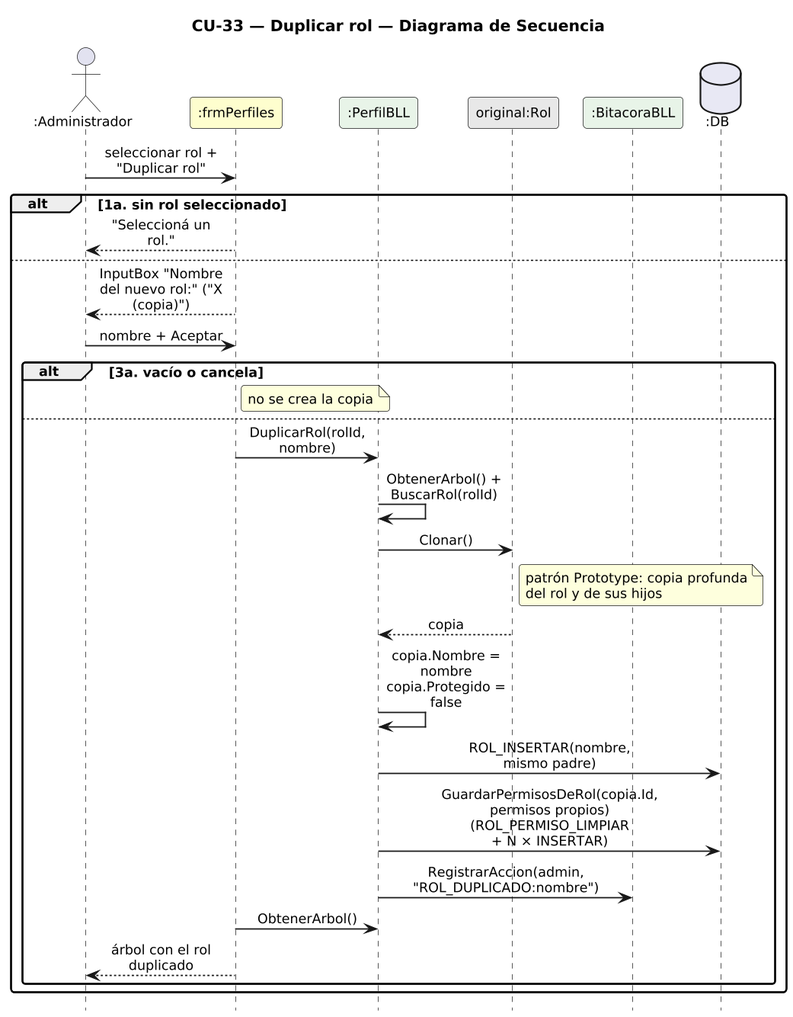
Above: DIAGRAMAS/DiagramaSecuencia_CU33_DuplicarRol.png in Urrels/ingenieria_software (PlantUML), before the change.
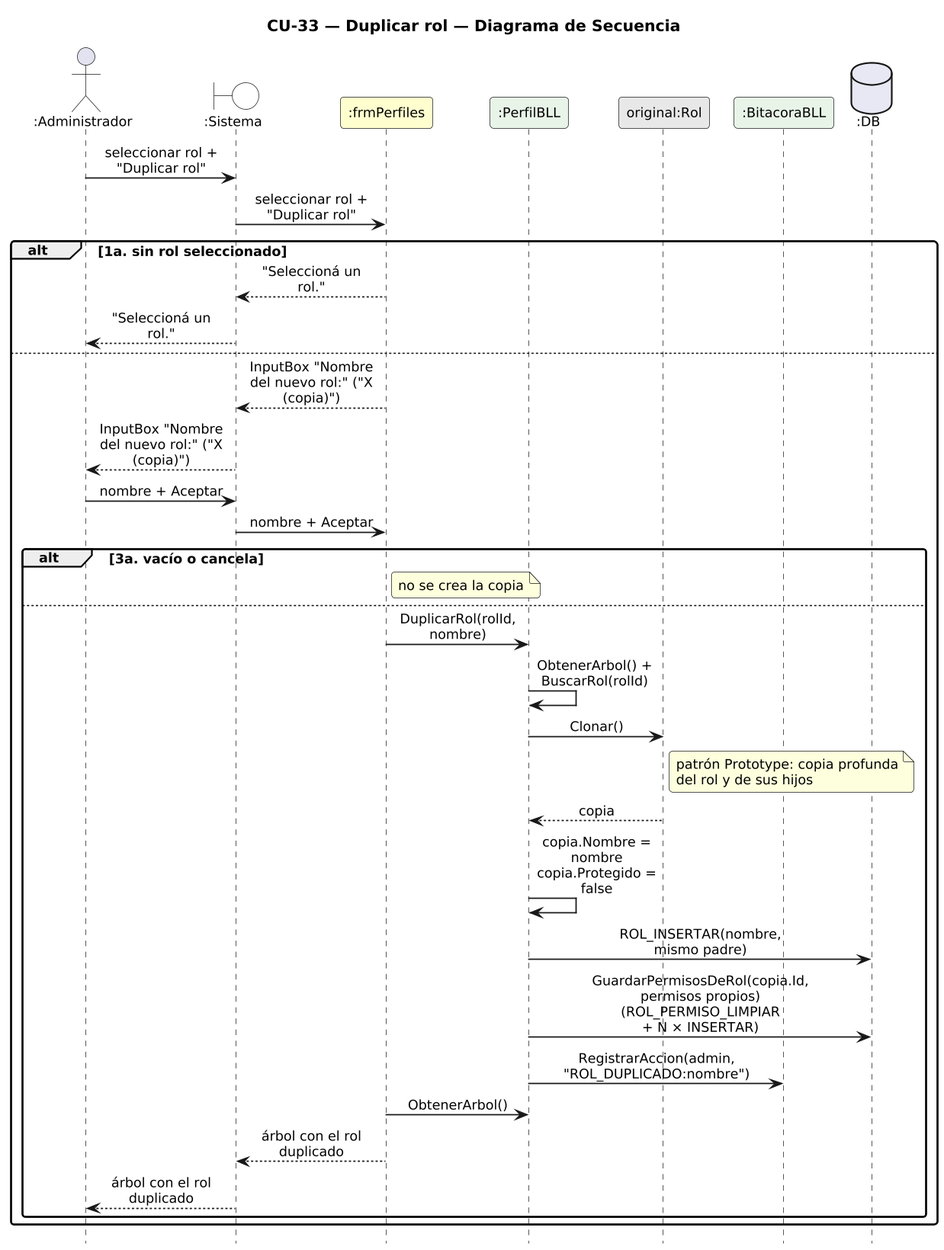
After the commit.

What changed in the source:
```diff
@@ -14,18 +14,23 @@
 hide footbox
 
 actor ":Administrador" as A
+boundary ":Sistema" as SYS #FFFFFF
 participant ":frmPerfiles" as F #FEFECE
 participant ":PerfilBLL" as PB #E8F4E8
 participant "original:Rol" as R #E8E8E8
 participant ":BitacoraBLL" as BB #E8F4E8
 database ":DB" as DB #E8E8F4
 
-A -> F : seleccionar rol + "Duplicar rol"
+A -> SYS : seleccionar rol + "Duplicar rol"
+SYS -> F : seleccionar rol + "Duplicar rol"
 alt 1a. sin rol seleccionado
-  F --> A : "Seleccioná un rol."
+  F --> SYS : "Seleccioná un rol."
+  SYS --> A : "Seleccioná un rol."
 else
-  F --> A : InputBox "Nombre del nuevo rol:" ("X (copia)")
-  A -> F : nombre + Aceptar
+  F --> SYS : InputBox "Nombre del nuevo rol:" ("X (copia)")
+  SYS --> A : InputBox "Nombre del nuevo rol:" ("X (copia)")
+  A -> SYS : nombre + Aceptar
+  SYS -> F : nombre + Aceptar
   alt 3a. vacío o cancela
     note right of F : no se crea la copia
   else
@@ -39,7 +44,8 @@
     PB -> DB : GuardarPermisosDeRol(copia.Id, permisos propios)\n(ROL_PERMISO_LIMPIAR + N × INSERTAR)
     PB -> BB : RegistrarAccion(admin, "ROL_DUPLICADO:nombre")
     F -> PB : ObtenerArbol()
-    F --> A : árbol con el rol duplicado
+    F --> SYS : árbol con el rol duplicado
+    SYS --> A : árbol con el rol duplicado
   end
 end
 
```
